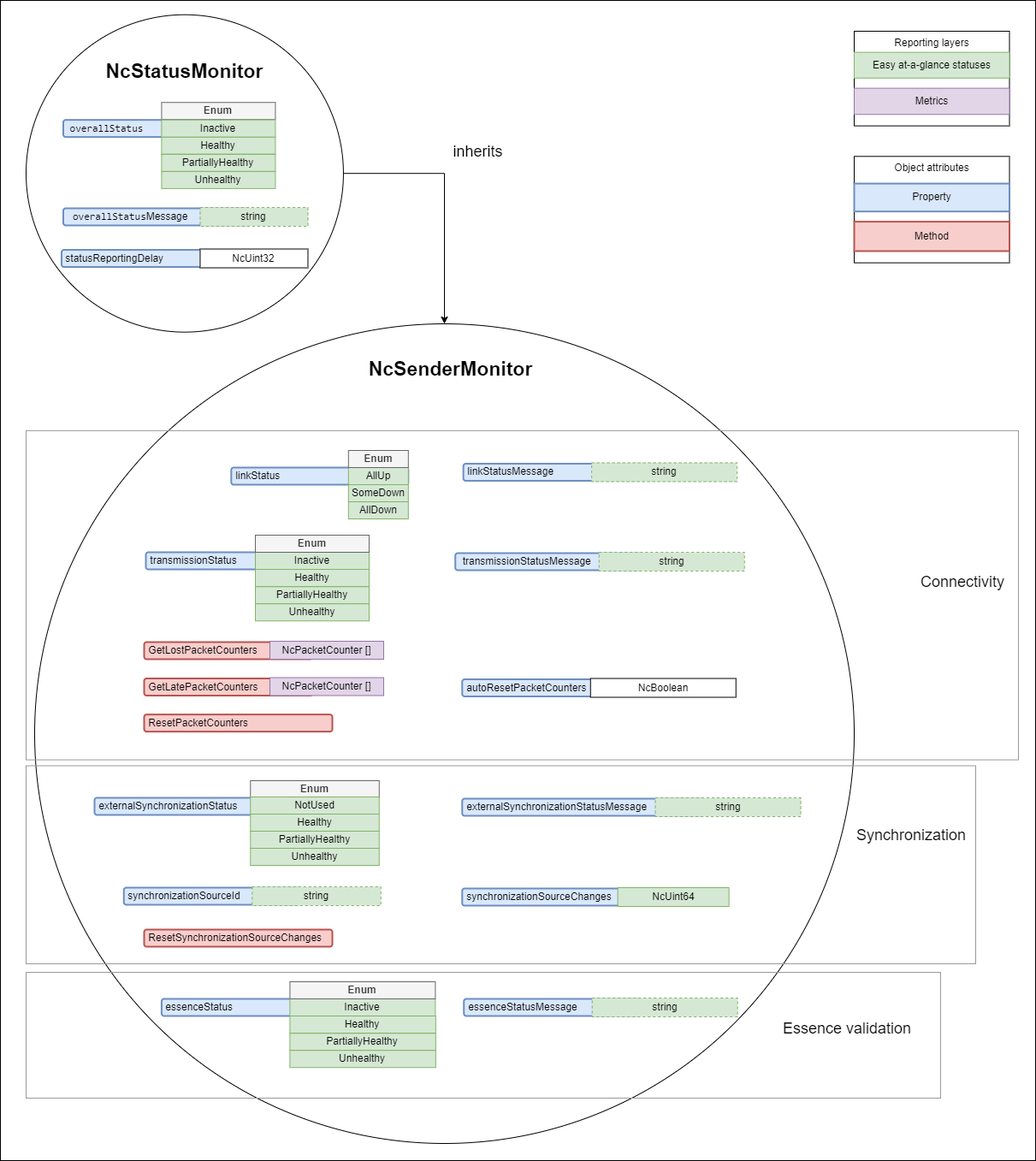
Above: docs/images/sender-model-minimal.png in AMWA-TV/bcp-008-02 (draw.io), before the change. Source tidied: cells renumbered, new cells last; positions are measured from the earlier drawing's top-left corner, leaving out a move shared by most shapes.
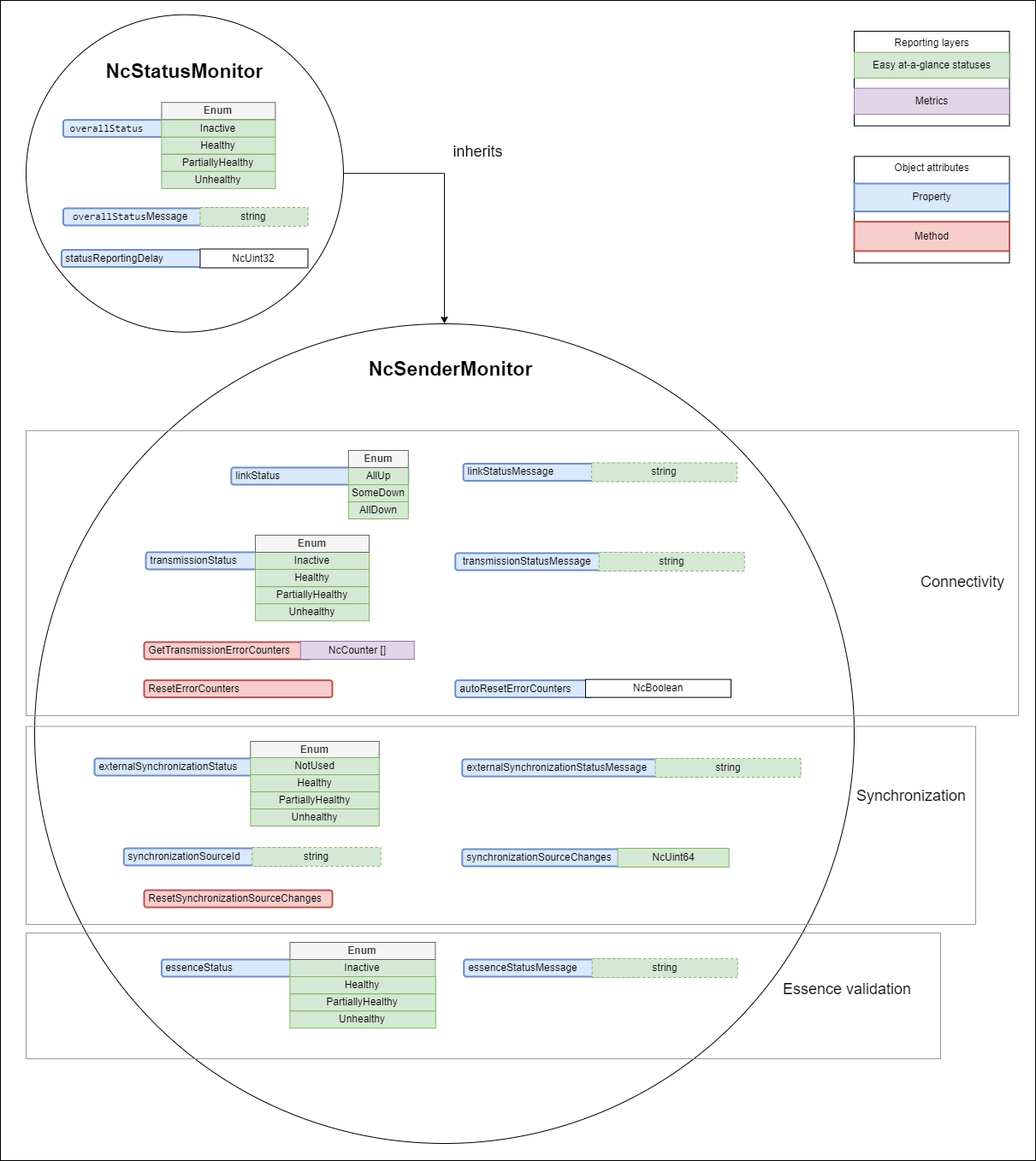
After the change.

Change to the diagram source:
```diff
@@ -62,35 +62,29 @@
     <mxCell id="21" value="Unhealthy" style="rounded=0;whiteSpace=wrap;html=1;fillColor=#d5e8d4;strokeColor=#82b366;" parent="1" vertex="1">
       <mxGeometry x="298" y="705.2" width="133" height="20" as="geometry" />
     </mxCell>
-    <mxCell id="22" value="&amp;nbsp;GetLostPacketCounters" style="rounded=1;whiteSpace=wrap;html=1;align=left;fillColor=#f8cecc;strokeColor=#b85450;strokeWidth=2;" parent="1" vertex="1">
+    <mxCell id="22" value="&amp;nbsp;GetTransmissionErrorCounters" style="rounded=1;whiteSpace=wrap;html=1;align=left;fillColor=#f8cecc;strokeColor=#b85450;strokeWidth=2;" parent="1" vertex="1">
       <mxGeometry x="168" y="750" width="197" height="20" as="geometry" />
     </mxCell>
-    <mxCell id="23" value="NcPacketCounter []" style="rounded=0;whiteSpace=wrap;html=1;fillColor=#e1d5e7;strokeColor=#9673a6;" parent="1" vertex="1">
-      <mxGeometry x="315" y="749" width="133" height="21" as="geometry" />
+    <mxCell id="23" value="NcCounter []" style="rounded=0;whiteSpace=wrap;html=1;fillColor=#e1d5e7;strokeColor=#9673a6;" parent="1" vertex="1">
+      <mxGeometry x="350.8" y="749" width="133" height="21" as="geometry" />
     </mxCell>
-    <mxCell id="24" value="&amp;nbsp;GetLatePacketCounters" style="rounded=1;whiteSpace=wrap;html=1;align=left;fillColor=#f8cecc;strokeColor=#b85450;strokeWidth=2;" parent="1" vertex="1">
-      <mxGeometry x="168" y="792.5" width="197" height="20" as="geometry" />
-    </mxCell>
-    <mxCell id="25" value="NcPacketCounter []" style="rounded=0;whiteSpace=wrap;html=1;fillColor=#e1d5e7;strokeColor=#9673a6;" parent="1" vertex="1">
-      <mxGeometry x="315" y="791.5" width="133" height="21" as="geometry" />
-    </mxCell>
-    <mxCell id="26" value="&amp;nbsp;ResetPacketCounters" style="rounded=1;whiteSpace=wrap;html=1;align=left;fillColor=#f8cecc;strokeColor=#b85450;strokeWidth=2;" parent="1" vertex="1">
-      <mxGeometry x="168" y="834.6" width="220" height="20" as="geometry" />
+    <mxCell id="26" value="&amp;nbsp;ResetErrorCounters" style="rounded=1;whiteSpace=wrap;html=1;align=left;fillColor=#f8cecc;strokeColor=#b85450;strokeWidth=2;" parent="1" vertex="1">
+      <mxGeometry x="168" y="794.6" width="220" height="20" as="geometry" />
     </mxCell>
     <mxCell id="27" value="&amp;nbsp;essenceStatus" style="rounded=1;whiteSpace=wrap;html=1;align=left;fillColor=#dae8fc;strokeColor=#6c8ebf;strokeWidth=2;" parent="1" vertex="1">
-      <mxGeometry x="188.4" y="1167" width="207.5" height="20" as="geometry" />
+      <mxGeometry x="188.4" y="1121" width="207.5" height="20" as="geometry" />
     </mxCell>
     <mxCell id="28" value="Inactive" style="rounded=0;whiteSpace=wrap;html=1;fillColor=#d5e8d4;strokeColor=#82b366;" parent="1" vertex="1">
-      <mxGeometry x="338.4" y="1167" width="170" height="20" as="geometry" />
+      <mxGeometry x="338.4" y="1121" width="170" height="20" as="geometry" />
     </mxCell>
     <mxCell id="29" value="Enum" style="rounded=0;whiteSpace=wrap;html=1;fillColor=#f5f5f5;strokeColor=#666666;fontStyle=1;fontColor=#333333;" parent="1" vertex="1">
-      <mxGeometry x="338.4" y="1147" width="170" height="20" as="geometry" />
+      <mxGeometry x="338.4" y="1101" width="170" height="20" as="geometry" />
     </mxCell>
     <mxCell id="30" value="&amp;nbsp;essenceStatusMessage" style="rounded=1;whiteSpace=wrap;html=1;align=left;fillColor=#dae8fc;strokeColor=#6c8ebf;strokeWidth=2;" parent="1" vertex="1">
-      <mxGeometry x="541.7" y="1167" width="207.5" height="20" as="geometry" />
+      <mxGeometry x="541.7" y="1121" width="207.5" height="20" as="geometry" />
     </mxCell>
     <mxCell id="31" value="string" style="rounded=0;whiteSpace=wrap;html=1;dashed=1;fillColor=#d5e8d4;strokeColor=#82b366;" parent="1" vertex="1">
-      <mxGeometry x="691.7" y="1166" width="170" height="22" as="geometry" />
+      <mxGeometry x="691.7" y="1120" width="170" height="22" as="geometry" />
     </mxCell>
     <mxCell id="32" value="&amp;nbsp;linkStatusMessage" style="rounded=1;whiteSpace=wrap;html=1;align=left;fillColor=#dae8fc;strokeColor=#6c8ebf;strokeWidth=2;" parent="1" vertex="1">
       <mxGeometry x="541.1" y="541.5" width="207.5" height="20" as="geometry" />
@@ -105,22 +99,22 @@
       <mxGeometry x="699.8" y="645" width="170" height="22" as="geometry" />
     </mxCell>
     <mxCell id="36" value="&amp;nbsp;externalSynchronizationStatus" style="rounded=1;whiteSpace=wrap;html=1;align=left;fillColor=#dae8fc;strokeColor=#6c8ebf;strokeWidth=2;" parent="1" vertex="1">
-      <mxGeometry x="110" y="932" width="239.8" height="20" as="geometry" />
+      <mxGeometry x="110" y="886" width="239.8" height="20" as="geometry" />
     </mxCell>
     <mxCell id="37" value="Enum" style="rounded=0;whiteSpace=wrap;html=1;fillColor=#f5f5f5;strokeColor=#666666;fontStyle=1;fontColor=#333333;" parent="1" vertex="1">
-      <mxGeometry x="292.3" y="912" width="150.5" height="20" as="geometry" />
+      <mxGeometry x="292.3" y="866" width="150.5" height="20" as="geometry" />
     </mxCell>
     <mxCell id="38" value="&amp;nbsp;synchronizationSourceId" style="rounded=1;whiteSpace=wrap;html=1;align=left;fillColor=#dae8fc;strokeColor=#6c8ebf;strokeWidth=2;" parent="1" vertex="1">
-      <mxGeometry x="144.3" y="1037" width="206.5" height="20" as="geometry" />
+      <mxGeometry x="144.3" y="991" width="206.5" height="20" as="geometry" />
     </mxCell>
     <mxCell id="39" value="string" style="rounded=0;whiteSpace=wrap;html=1;dashed=1;fillColor=#d5e8d4;strokeColor=#82b366;" parent="1" vertex="1">
-      <mxGeometry x="294.3" y="1036" width="150.5" height="22" as="geometry" />
+      <mxGeometry x="294.3" y="990" width="150.5" height="22" as="geometry" />
     </mxCell>
     <mxCell id="40" value="&amp;nbsp;externalSynchronizationStatusMessage" style="rounded=1;whiteSpace=wrap;html=1;align=left;fillColor=#dae8fc;strokeColor=#6c8ebf;strokeWidth=2;" parent="1" vertex="1">
-      <mxGeometry x="539.8" y="933" width="283.3" height="20" as="geometry" />
+      <mxGeometry x="539.8" y="887" width="283.3" height="20" as="geometry" />
     </mxCell>
     <mxCell id="41" value="string" style="rounded=0;whiteSpace=wrap;html=1;dashed=1;fillColor=#d5e8d4;strokeColor=#82b366;" parent="1" vertex="1">
-      <mxGeometry x="765.5" y="932" width="170" height="22" as="geometry" />
+      <mxGeometry x="765.5" y="886" width="170" height="22" as="geometry" />
     </mxCell>
     <mxCell id="42" style="edgeStyle=orthogonalEdgeStyle;rounded=0;jettySize=auto;html=1;exitX=1;exitY=0.5;exitDx=0;exitDy=0;" parent="1" edge="1" source="43" target="9">
       <mxGeometry relative="1" as="geometry">
@@ -154,13 +148,13 @@
       <mxGeometry x="497.1" y="159.7" width="123" height="30" as="geometry" />
     </mxCell>
     <mxCell id="51" value="Healthy" style="rounded=0;whiteSpace=wrap;html=1;fillColor=#d5e8d4;strokeColor=#82b366;" parent="1" vertex="1">
-      <mxGeometry x="338.4" y="1187" width="170.4" height="20" as="geometry" />
+      <mxGeometry x="338.4" y="1141" width="170.4" height="20" as="geometry" />
     </mxCell>
     <mxCell id="52" value="PartiallyHealthy" style="rounded=0;whiteSpace=wrap;html=1;fillColor=#d5e8d4;strokeColor=#82b366;" parent="1" vertex="1">
-      <mxGeometry x="338.4" y="1207.2" width="170.4" height="20" as="geometry" />
+      <mxGeometry x="338.4" y="1161.2" width="170.4" height="20" as="geometry" />
     </mxCell>
     <mxCell id="53" value="Unhealthy" style="rounded=0;whiteSpace=wrap;html=1;fillColor=#d5e8d4;strokeColor=#82b366;" parent="1" vertex="1">
-      <mxGeometry x="338.4" y="1227.2" width="170.4" height="20" as="geometry" />
+      <mxGeometry x="338.4" y="1181.2" width="170.4" height="20" as="geometry" />
     </mxCell>
     <mxCell id="54" value="&amp;nbsp;&lt;code&gt; &lt;span class=&quot;nx&quot;&gt;overallStatus&lt;/span&gt;&lt;span class=&quot;p&quot;&gt;&lt;/span&gt;&lt;/code&gt;Message" style="rounded=1;whiteSpace=wrap;html=1;align=left;fillColor=#dae8fc;strokeColor=#6c8ebf;strokeWidth=2;" parent="1" vertex="1">
       <mxGeometry x="73.5" y="243" width="217.5" height="20" as="geometry" />
@@ -169,37 +163,37 @@
       <mxGeometry x="233.5" y="242" width="126" height="22" as="geometry" />
     </mxCell>
     <mxCell id="56" style="rounded=0;whiteSpace=wrap;html=1;fillStyle=hatch;fillColor=none;strokeColor=#999999;" parent="1" vertex="1">
-      <mxGeometry x="30" y="502.9" width="1160" height="384.8" as="geometry" />
+      <mxGeometry x="30" y="502.9" width="1160" height="333.1" as="geometry" />
     </mxCell>
     <mxCell id="57" value="Synchronization" style="text;html=1;align=center;verticalAlign=middle;whiteSpace=wrap;rounded=0;fontSize=18;" parent="1" vertex="1">
-      <mxGeometry x="1010" y="961" width="110" height="30" as="geometry" />
+      <mxGeometry x="1010" y="915" width="110" height="30" as="geometry" />
     </mxCell>
     <mxCell id="58" style="rounded=0;whiteSpace=wrap;html=1;fillStyle=hatch;fillColor=none;strokeColor=#999999;" parent="1" vertex="1">
-      <mxGeometry x="30" y="894.5" width="1110" height="231.5" as="geometry" />
+      <mxGeometry x="30" y="848.5" width="1110" height="231.5" as="geometry" />
     </mxCell>
     <mxCell id="59" value="Connectivity" style="text;html=1;align=center;verticalAlign=middle;whiteSpace=wrap;rounded=0;fontSize=18;" parent="1" vertex="1">
       <mxGeometry x="1070" y="665" width="110" height="30" as="geometry" />
     </mxCell>
     <mxCell id="60" value="Essence validation" style="text;html=1;align=center;verticalAlign=middle;whiteSpace=wrap;rounded=0;fontSize=18;" parent="1" vertex="1">
-      <mxGeometry x="910" y="1187" width="160" height="30" as="geometry" />
+      <mxGeometry x="910" y="1141" width="160" height="30" as="geometry" />
     </mxCell>
     <mxCell id="61" style="rounded=0;whiteSpace=wrap;html=1;fillStyle=hatch;fillColor=none;strokeColor=#999999;" parent="1" vertex="1">
-      <mxGeometry x="30" y="1136" width="1069" height="147" as="geometry" />
+      <mxGeometry x="30" y="1090" width="1069" height="147" as="geometry" />
     </mxCell>
     <mxCell id="62" value="Inactive" style="rounded=0;whiteSpace=wrap;html=1;fillColor=#d5e8d4;strokeColor=#82b366;" parent="1" vertex="1">
       <mxGeometry x="188.4" y="139.7" width="133" height="20" as="geometry" />
     </mxCell>
     <mxCell id="63" value="NotUsed" style="rounded=0;whiteSpace=wrap;html=1;fillColor=#d5e8d4;strokeColor=#82b366;" parent="1" vertex="1">
-      <mxGeometry x="292.3" y="931" width="150.5" height="20" as="geometry" />
+      <mxGeometry x="292.3" y="885" width="150.5" height="20" as="geometry" />
     </mxCell>
     <mxCell id="64" value="Unhealthy" style="rounded=0;whiteSpace=wrap;html=1;fillColor=#d5e8d4;strokeColor=#82b366;" parent="1" vertex="1">
-      <mxGeometry x="292.3" y="991" width="150.5" height="20" as="geometry" />
+      <mxGeometry x="292.3" y="945" width="150.5" height="20" as="geometry" />
     </mxCell>
     <mxCell id="65" value="Healthy" style="rounded=0;whiteSpace=wrap;html=1;fillColor=#d5e8d4;strokeColor=#82b366;" parent="1" vertex="1">
-      <mxGeometry x="292.3" y="951" width="150.5" height="20" as="geometry" />
+      <mxGeometry x="292.3" y="905" width="150.5" height="20" as="geometry" />
     </mxCell>
     <mxCell id="66" value="PartiallyHealthy" style="rounded=0;whiteSpace=wrap;html=1;fillColor=#d5e8d4;strokeColor=#82b366;" parent="1" vertex="1">
-      <mxGeometry x="292.3" y="971" width="150.5" height="20" as="geometry" />
+      <mxGeometry x="292.3" y="925" width="150.5" height="20" as="geometry" />
     </mxCell>
     <mxCell id="67" value="&amp;nbsp;statusReportingDelay" style="rounded=1;whiteSpace=wrap;html=1;align=left;fillColor=#dae8fc;strokeColor=#6c8ebf;strokeWidth=2;" parent="1" vertex="1">
       <mxGeometry x="71.5" y="291.5" width="217.5" height="20" as="geometry" />
@@ -207,20 +201,20 @@
     <mxCell id="68" value="NcUint32" style="rounded=0;whiteSpace=wrap;html=1;" parent="1" vertex="1">
       <mxGeometry x="233.5" y="290.5" width="126" height="22" as="geometry" />
     </mxCell>
-    <mxCell id="69" value="&amp;nbsp;autoResetPacketCounters" style="rounded=1;whiteSpace=wrap;html=1;align=left;fillColor=#dae8fc;strokeColor=#6c8ebf;strokeWidth=2;" parent="1" vertex="1">
-      <mxGeometry x="539.8" y="793.5" width="207.5" height="20" as="geometry" />
+    <mxCell id="69" value="&amp;nbsp;autoResetErrorCounters" style="rounded=1;whiteSpace=wrap;html=1;align=left;fillColor=#dae8fc;strokeColor=#6c8ebf;strokeWidth=2;" parent="1" vertex="1">
+      <mxGeometry x="531.7" y="794.6" width="160" height="20" as="geometry" />
     </mxCell>
     <mxCell id="70" value="NcBoolean" style="rounded=0;whiteSpace=wrap;html=1;" parent="1" vertex="1">
-      <mxGeometry x="689.8" y="792.5" width="170" height="22" as="geometry" />
+      <mxGeometry x="684" y="793.6" width="170" height="21" as="geometry" />
     </mxCell>
     <mxCell id="71" value="&amp;nbsp;ResetSynchronizationSourceChanges" style="rounded=1;whiteSpace=wrap;html=1;align=left;fillColor=#f8cecc;strokeColor=#b85450;strokeWidth=2;" parent="1" vertex="1">
-      <mxGeometry x="168" y="1086" width="220" height="20" as="geometry" />
+      <mxGeometry x="168" y="1040" width="220" height="20" as="geometry" />
     </mxCell>
     <mxCell id="72" value="&amp;nbsp;synchronizationSourceChanges" style="rounded=1;whiteSpace=wrap;html=1;align=left;fillColor=#dae8fc;strokeColor=#6c8ebf;strokeWidth=2;" parent="1" vertex="1">
-      <mxGeometry x="539.8" y="1038" width="206.5" height="20" as="geometry" />
+      <mxGeometry x="539.8" y="992" width="206.5" height="20" as="geometry" />
     </mxCell>
     <mxCell id="73" value="NcUint64" style="rounded=0;whiteSpace=wrap;html=1;fillColor=#d5e8d4;strokeColor=#82b366;" parent="1" vertex="1">
-      <mxGeometry x="721.6" y="1037" width="130" height="22" as="geometry" />
+      <mxGeometry x="721.6" y="991" width="130" height="22" as="geometry" />
     </mxCell>
   </root>
 </mxGraphModel>
```
